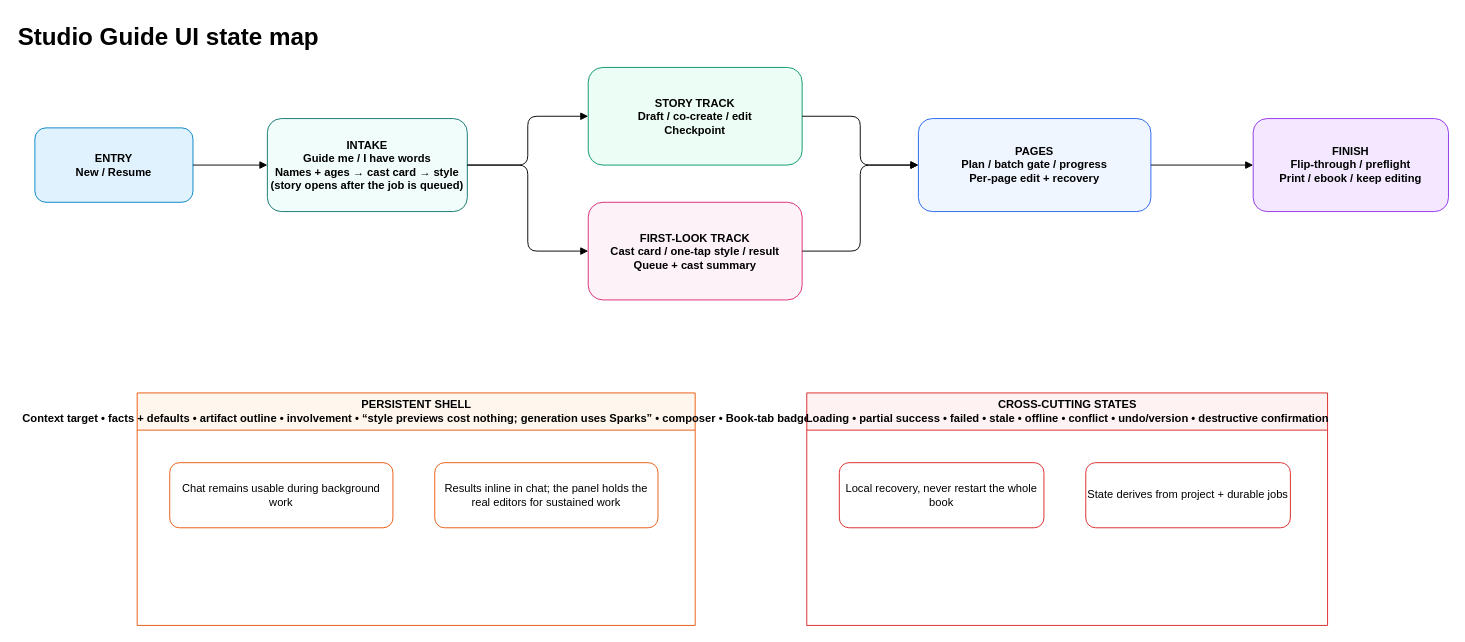
Before: page "0. UI state map" (1 of 12) of docs/STUDIO-GUIDE-UI-STATES.drawio in HutzelFutzel/childbooks, a draw.io diagram. Source tidied: cells renumbered, new cells numbered last; positions are measured from the earlier drawing's top-left corner, leaving out a move shared by most shapes. Both pictures are drawn from the tidied source at 93%, with x=0, y=0 at pixel (16, 16).
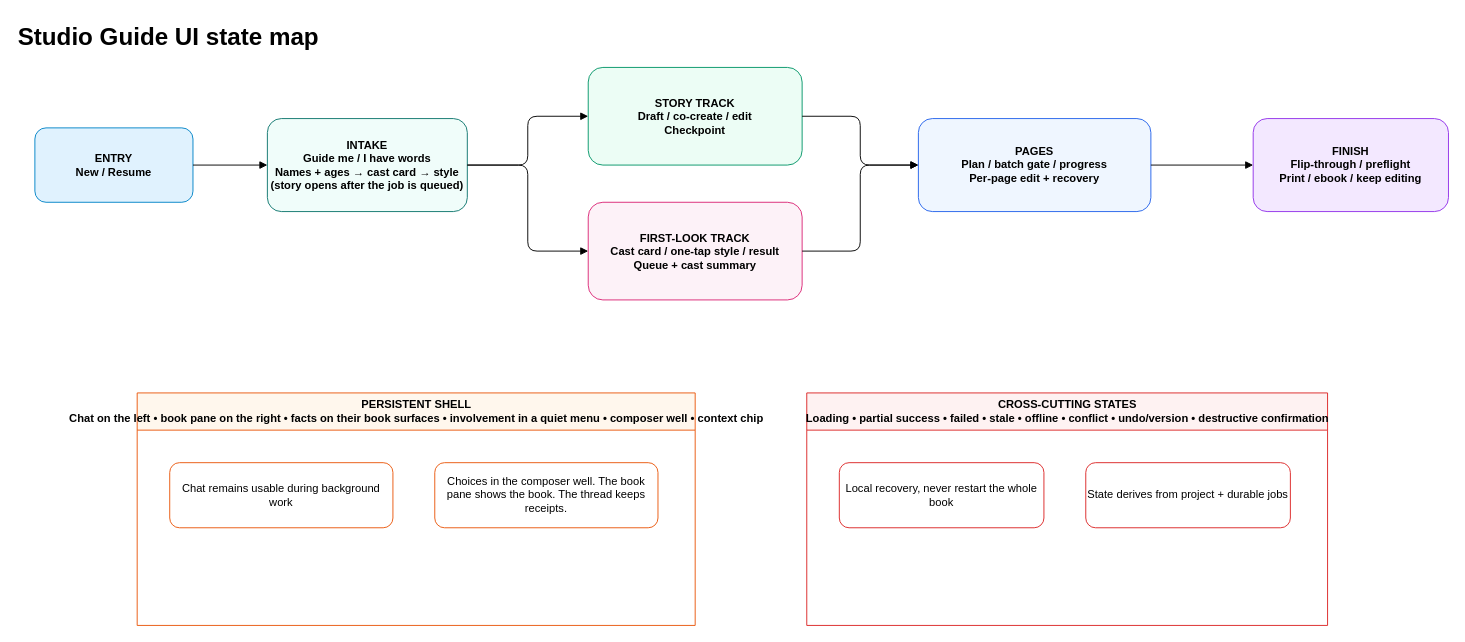
The same page after the edit.

Diff of the diagram source:
```diff
@@
-    <mxCell id="9" value="PERSISTENT SHELL&#10;Context target • facts + defaults • artifact outline • involvement • “style previews cost nothing; generation uses Sparks” • composer • Book-tab badge" style="swimlane;html=1;startSize=40;fillColor=#FFF7ED;strokeColor=#EA580C;fontStyle=1;" parent="1" vertex="1">
+    <mxCell id="9" value="PERSISTENT SHELL&#10;Chat on the left • book pane on the right • facts on their book surfaces • involvement in a quiet menu • composer well • context chip" style="swimlane;html=1;startSize=40;fillColor=#FFF7ED;strokeColor=#EA580C;fontStyle=1;" parent="1" vertex="1">
       <mxGeometry x="130" y="405" width="600" height="250" as="geometry" />
     </mxCell>
@@
-    <mxCell id="11" value="Results inline in chat; the panel holds the real editors for sustained work" style="rounded=1;whiteSpace=wrap;html=1;fillColor=#FFFFFF;strokeColor=#EA580C;" parent="9" vertex="1">
+    <mxCell id="11" value="Choices in the composer well. The book pane shows the book. The thread keeps receipts." style="rounded=1;whiteSpace=wrap;html=1;fillColor=#FFFFFF;strokeColor=#EA580C;" parent="9" vertex="1">
       <mxGeometry x="320" y="75" width="240" height="70" as="geometry" />
     </mxCell>
```
